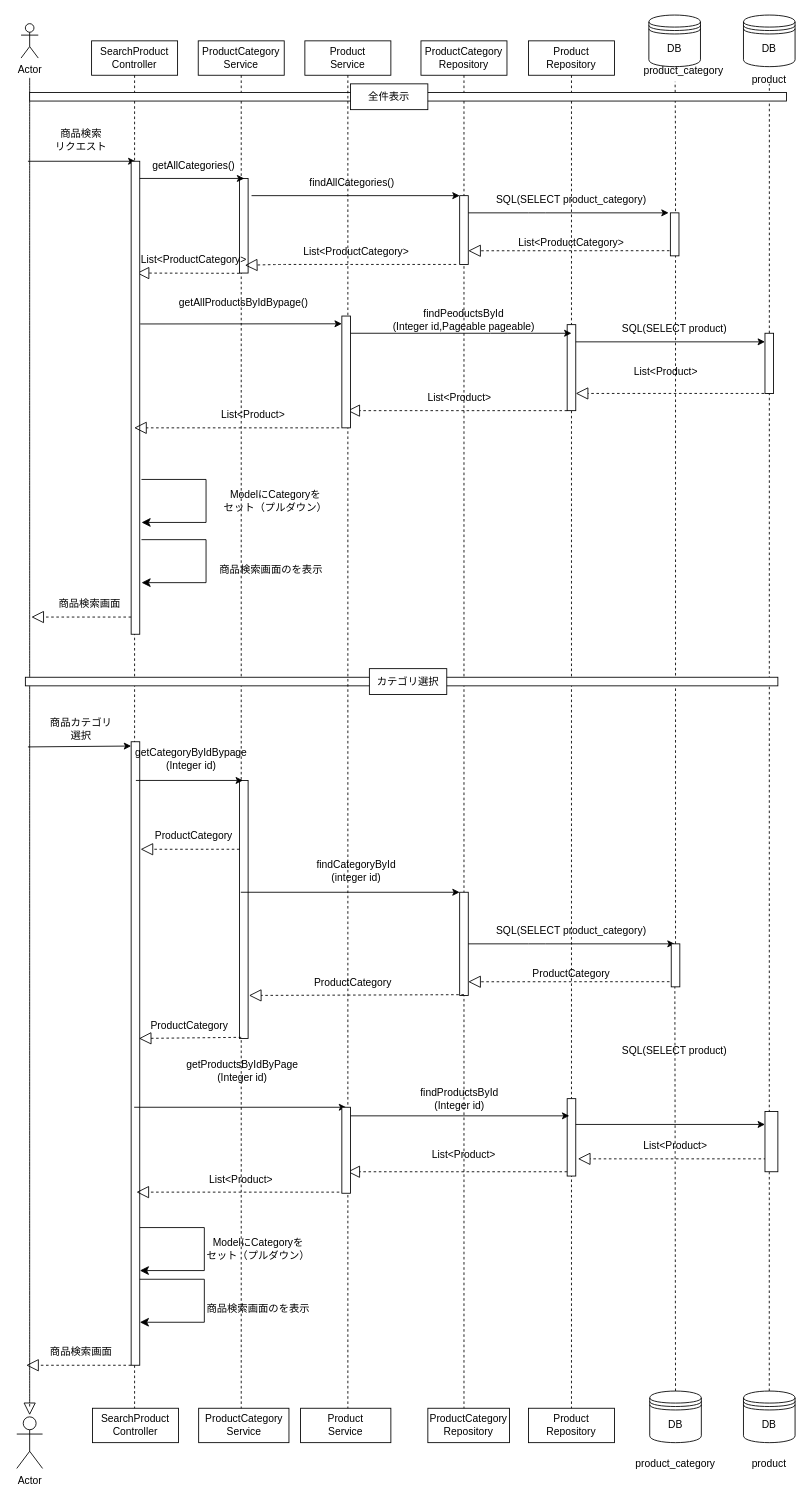
This is plan/uml/sequence/UC011.dio from NstecEmp-024/team-dev-spring-boot-ec, a draw.io file, before an edit. Source tidied: cells renumbered, new cells numbered last; positions are measured from the earlier drawing's top-left corner, leaving out a move shared by most shapes. Both pictures are drawn from the tidied source at 86%, with x=0, y=0 at pixel (16, 15).
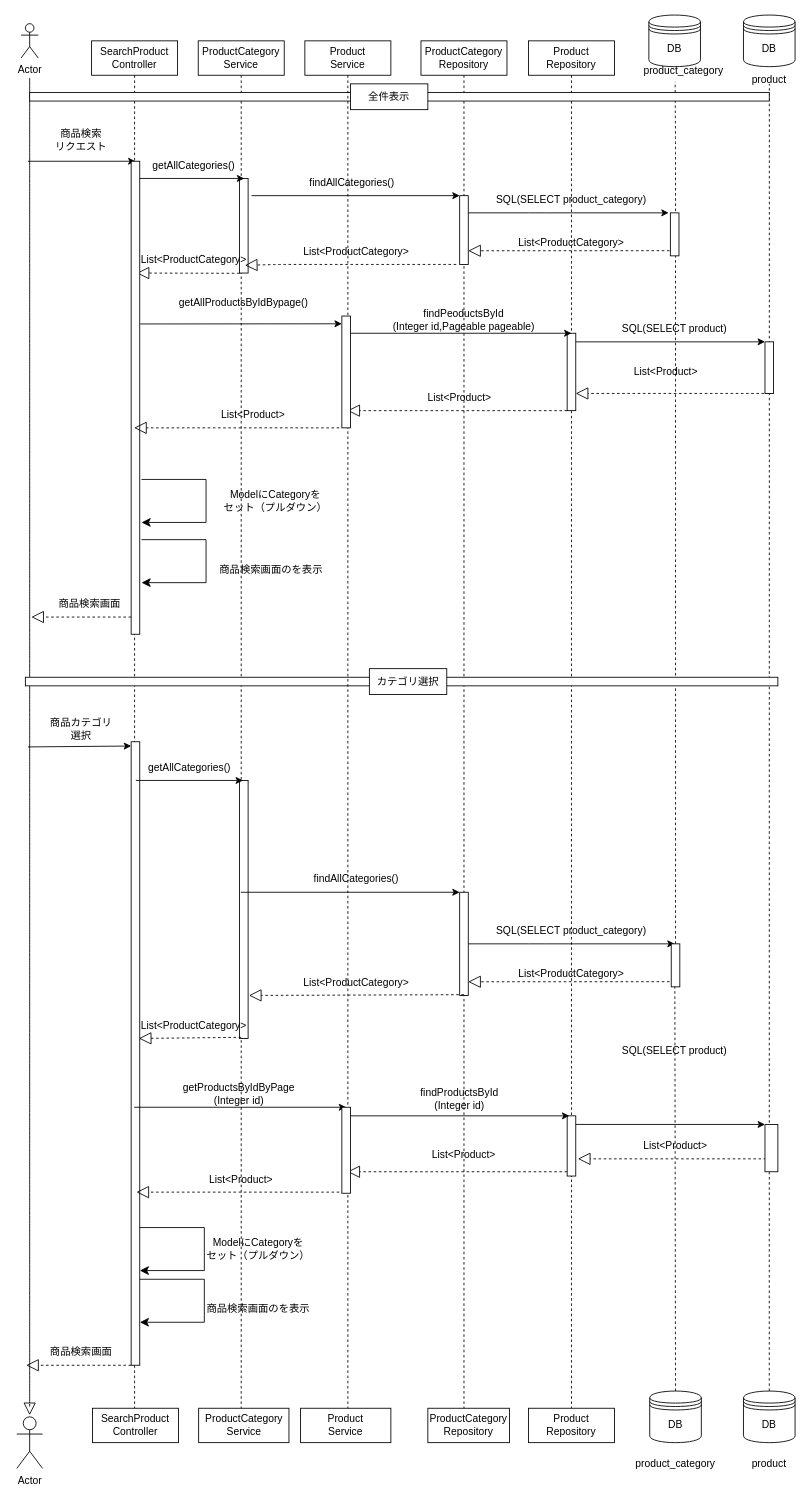
The same page after the edit.

Commit message:
カテゴリ選択の、カテゴリを取得するメソッドを修正

Diff of the diagram source:
```diff
@@
     <mxCell id="15" style="rounded=0;whiteSpace=wrap;html=1;" parent="1" vertex="1">
-      <mxGeometry x="640" y="360" width="10" height="100" as="geometry" />
+      <mxGeometry x="640" y="370" width="10" height="90" as="geometry" />
     </mxCell>
@@
     <mxCell id="30" style="rounded=0;whiteSpace=wrap;html=1;" parent="1" vertex="1">
-      <mxGeometry x="15" y="90" width="880" height="10" as="geometry" />
+      <mxGeometry x="15" y="90" width="860" height="10" as="geometry" />
     </mxCell>
@@
     <mxCell id="53" style="rounded=0;whiteSpace=wrap;html=1;" parent="1" vertex="1">
-      <mxGeometry x="640" y="1260" width="10" height="90" as="geometry" />
+      <mxGeometry x="640" y="1280" width="10" height="70" as="geometry" />
     </mxCell>
@@
-    <mxCell id="59" style="endArrow=block;dashed=1;endFill=0;endSize=12;html=1;" parent="1" edge="1">
-      <mxGeometry relative="1" as="geometry">
-        <mxPoint x="259" y="970" as="sourcePoint" />
-        <mxPoint x="144" y="970" as="targetPoint" />
-      </mxGeometry>
-    </mxCell>
@@
-    <mxCell id="69" value="findCategoryById&lt;div&gt;(integer id)&lt;/div&gt;" style="text;html=1;align=center;verticalAlign=middle;whiteSpace=wrap;rounded=0;" parent="1" vertex="1">
-      <mxGeometry x="365" y="980" width="60" height="30" as="geometry" />
-    </mxCell>
@@
-    <mxCell id="71" value="ProductCategory" style="text;html=1;align=center;verticalAlign=middle;whiteSpace=wrap;rounded=0;" parent="1" vertex="1">
-      <mxGeometry x="615" y="1100" width="60" height="30" as="geometry" />
-    </mxCell>
-    <mxCell id="72" value="ProductCategory" style="text;html=1;align=center;verticalAlign=middle;whiteSpace=wrap;rounded=0;" parent="1" vertex="1">
-      <mxGeometry x="361" y="1110" width="60" height="30" as="geometry" />
-    </mxCell>
-    <mxCell id="73" value="ProductCategory" style="text;html=1;align=center;verticalAlign=middle;whiteSpace=wrap;rounded=0;" parent="1" vertex="1">
-      <mxGeometry x="181" y="940" width="50" height="30" as="geometry" />
-    </mxCell>
     <mxCell id="74" value="getProductsByIdByPage&lt;div&gt;(Integer id)&lt;/div&gt;" style="text;html=1;align=center;verticalAlign=middle;whiteSpace=wrap;rounded=0;" parent="1" vertex="1">
-      <mxGeometry x="210" y="1212.5" width="105" height="30" as="geometry" />
+      <mxGeometry x="206" y="1240" width="105" height="30" as="geometry" />
     </mxCell>
@@
-    <mxCell id="84" value="getCategoryByIdBypage&lt;div&gt;(Integer id)&lt;/div&gt;" style="text;html=1;align=center;verticalAlign=middle;whiteSpace=wrap;rounded=0;" parent="1" vertex="1">
-      <mxGeometry x="143" y="850" width="120" height="30" as="geometry" />
-    </mxCell>
@@
     <mxCell id="94" style="rounded=0;whiteSpace=wrap;html=1;" parent="1" vertex="1">
-      <mxGeometry x="870" y="370" width="10" height="70" as="geometry" />
+      <mxGeometry x="870" y="380" width="10" height="60" as="geometry" />
     </mxCell>
@@
     <mxCell id="97" style="rounded=0;whiteSpace=wrap;html=1;" parent="1" vertex="1">
-      <mxGeometry x="870" y="1275" width="15" height="70" as="geometry" />
+      <mxGeometry x="870" y="1290" width="15" height="55" as="geometry" />
     </mxCell>
@@
-    <mxCell id="108" value="ProductCategory" style="text;html=1;align=center;verticalAlign=middle;whiteSpace=wrap;rounded=0;" parent="1" vertex="1">
-      <mxGeometry x="171" y="1160" width="60" height="30" as="geometry" />
-    </mxCell>
@@
+    <mxCell id="110" value="getAllCategories()" style="text;html=1;align=center;verticalAlign=middle;whiteSpace=wrap;rounded=0;" parent="1" vertex="1">
+      <mxGeometry x="156" y="860" width="90" height="30" as="geometry" />
+    </mxCell>
+    <mxCell id="111" value="findAllCategories()" style="text;html=1;align=center;verticalAlign=middle;whiteSpace=wrap;rounded=0;" parent="1" vertex="1">
+      <mxGeometry x="365" y="990" width="60" height="30" as="geometry" />
+    </mxCell>
+    <mxCell id="112" value="List&amp;lt;ProductCategory&amp;gt;" style="text;html=1;align=center;verticalAlign=middle;whiteSpace=wrap;rounded=0;" parent="1" vertex="1">
+      <mxGeometry x="615" y="1100" width="60" height="30" as="geometry" />
+    </mxCell>
+    <mxCell id="113" value="List&amp;lt;ProductCategory&amp;gt;" style="text;html=1;align=center;verticalAlign=middle;whiteSpace=wrap;rounded=0;" parent="1" vertex="1">
+      <mxGeometry x="365" y="1110" width="60" height="30" as="geometry" />
+    </mxCell>
+    <mxCell id="114" value="List&amp;lt;ProductCategory&amp;gt;" style="text;html=1;align=center;verticalAlign=middle;whiteSpace=wrap;rounded=0;" parent="1" vertex="1">
+      <mxGeometry x="176" y="1160" width="60" height="30" as="geometry" />
+    </mxCell>
```
